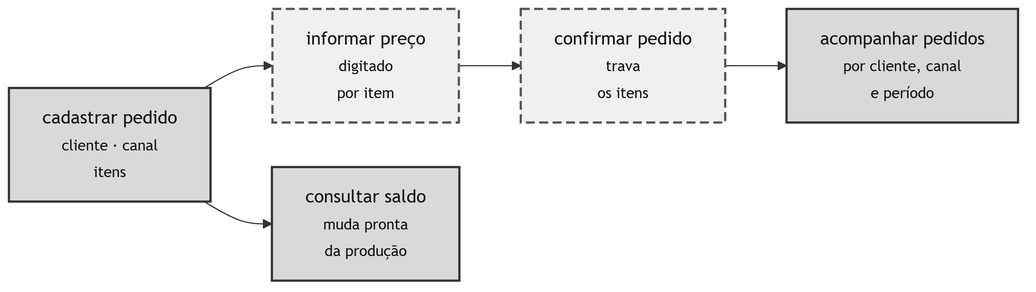
Above: docs/rotinas/img/mapa-3-comercial.png in JoaoMudar/tcc (Mermaid), before the change. Its source is kept beside it as docs/rotinas/img/mapa-3-comercial.mmd.
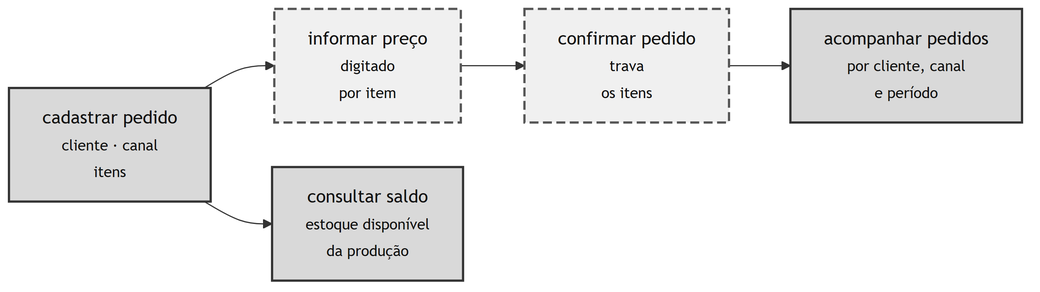
The same diagram one commit later.

Diff of the diagram source:
```diff
@@ -4,7 +4,7 @@
   PC["informar preço<br/><small>digitado<br/>por item</small>"]
   CO["confirmar pedido<br/><small>trava<br/>os itens</small>"]
   AC["acompanhar pedidos<br/><small>por cliente, canal<br/>e período</small>"]
-  SD["consultar saldo<br/><small>muda pronta<br/>da produção</small>"]
+  SD["consultar saldo<br/><small>estoque disponível<br/>da produção</small>"]
 
   CR --> PC
   PC --> CO
```
